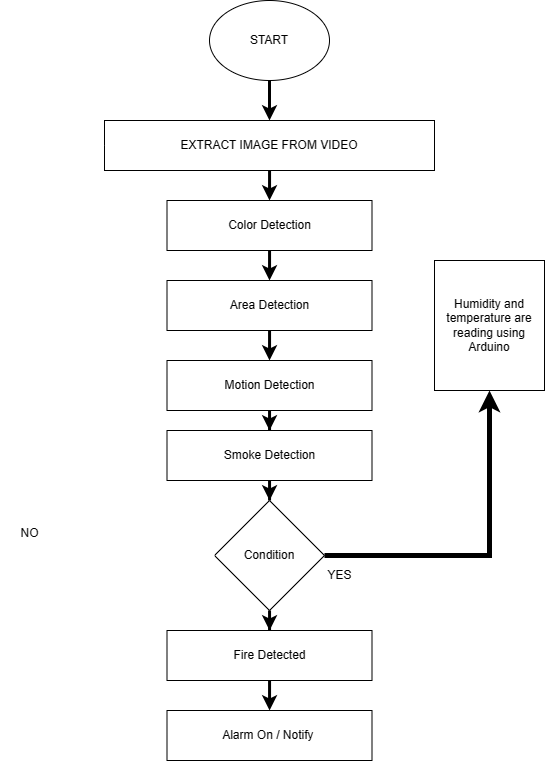
This is Flowchart/fire-detect-flow.drawio.png from NZodasic/Flow_chart_learning, a draw.io export, as it was before one commit. Source tidied: cells renumbered, new cells last; positions are measured from the earlier drawing's top-left corner, leaving out a move shared by most shapes.
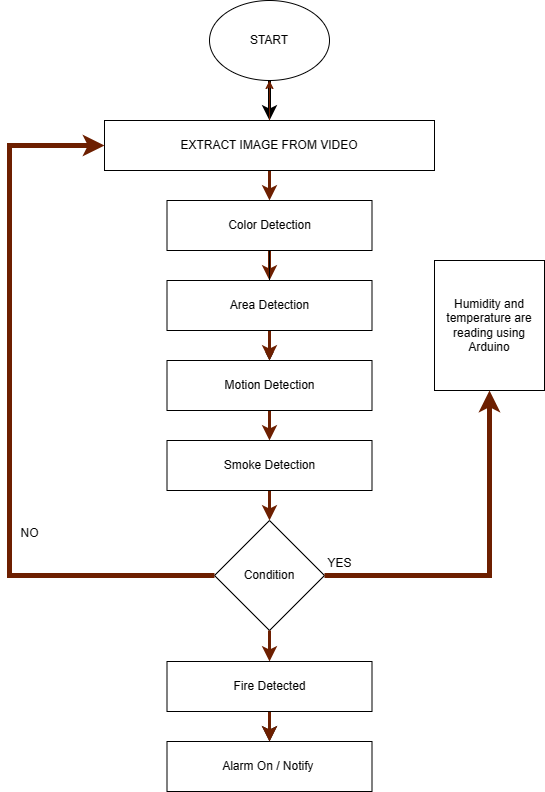
After the change.

What changed in the source:
```diff
@@ -8,67 +8,76 @@
     <mxCell id="3" value="START" style="ellipse;whiteSpace=wrap;html=1;" parent="1" vertex="1">
       <mxGeometry x="200" width="120" height="80" as="geometry" />
     </mxCell>
-    <mxCell id="4" style="edgeStyle=orthogonalEdgeStyle;rounded=0;jettySize=auto;html=1;entryX=0.5;entryY=0;entryDx=0;entryDy=0;strokeWidth=3;" parent="1" edge="1" source="5" target="7">
+    <mxCell id="4" style="edgeStyle=orthogonalEdgeStyle;rounded=0;jettySize=auto;html=1;entryX=0.5;entryY=0;entryDx=0;entryDy=0;strokeWidth=3;fillColor=#a0522d;strokeColor=#6D1F00;" parent="1" edge="1" source="5" target="7">
       <mxGeometry relative="1" as="geometry" />
     </mxCell>
+    <mxCell id="24" style="edgeStyle=orthogonalEdgeStyle;rounded=0;jettySize=auto;html=1;fillColor=#a0522d;strokeColor=#6D1F00;" parent="1" edge="1" source="5" target="3">
+      <mxGeometry relative="1" as="geometry" />
+    </mxCell>
     <mxCell id="5" value="EXTRACT IMAGE FROM VIDEO" style="rounded=0;whiteSpace=wrap;html=1;" parent="1" vertex="1">
       <mxGeometry x="95" y="120" width="330" height="50" as="geometry" />
     </mxCell>
-    <mxCell id="6" style="edgeStyle=orthogonalEdgeStyle;rounded=0;jettySize=auto;html=1;entryX=0.5;entryY=0;entryDx=0;entryDy=0;strokeWidth=3;" parent="1" edge="1" source="7" target="9">
+    <mxCell id="6" style="edgeStyle=orthogonalEdgeStyle;rounded=0;jettySize=auto;html=1;entryX=0.5;entryY=0;entryDx=0;entryDy=0;strokeWidth=3;fillColor=#a0522d;strokeColor=#6D1F00;" parent="1" edge="1" source="7" target="9">
       <mxGeometry relative="1" as="geometry" />
     </mxCell>
+    <mxCell id="25" style="edgeStyle=orthogonalEdgeStyle;rounded=0;jettySize=auto;html=1;" parent="1" edge="1" source="7" target="11">
+      <mxGeometry relative="1" as="geometry" />
+    </mxCell>
     <mxCell id="7" value="Color Detection" style="rounded=0;whiteSpace=wrap;html=1;" parent="1" vertex="1">
       <mxGeometry x="157.5" y="200" width="205" height="50" as="geometry" />
     </mxCell>
-    <mxCell id="8" style="edgeStyle=orthogonalEdgeStyle;rounded=0;jettySize=auto;html=1;entryX=0.5;entryY=0;entryDx=0;entryDy=0;strokeWidth=3;" parent="1" edge="1" source="9" target="11">
+    <mxCell id="8" style="edgeStyle=orthogonalEdgeStyle;rounded=0;jettySize=auto;html=1;entryX=0.5;entryY=0;entryDx=0;entryDy=0;strokeWidth=3;fillColor=#a0522d;strokeColor=#6D1F00;" parent="1" edge="1" source="9" target="11">
       <mxGeometry relative="1" as="geometry" />
     </mxCell>
     <mxCell id="9" value="Area Detection" style="rounded=0;whiteSpace=wrap;html=1;" parent="1" vertex="1">
       <mxGeometry x="157.5" y="280" width="205" height="50" as="geometry" />
     </mxCell>
-    <mxCell id="10" style="edgeStyle=orthogonalEdgeStyle;rounded=0;jettySize=auto;html=1;entryX=0.5;entryY=0;entryDx=0;entryDy=0;strokeWidth=3;" parent="1" edge="1" source="11" target="13">
+    <mxCell id="10" style="edgeStyle=orthogonalEdgeStyle;rounded=0;jettySize=auto;html=1;entryX=0.5;entryY=0;entryDx=0;entryDy=0;strokeWidth=3;fillColor=#a0522d;strokeColor=#6D1F00;" parent="1" edge="1" source="11" target="13">
       <mxGeometry relative="1" as="geometry" />
     </mxCell>
     <mxCell id="11" value="Motion Detection" style="rounded=0;whiteSpace=wrap;html=1;" parent="1" vertex="1">
       <mxGeometry x="157.5" y="360" width="205" height="50" as="geometry" />
     </mxCell>
-    <mxCell id="12" style="edgeStyle=orthogonalEdgeStyle;rounded=0;jettySize=auto;html=1;strokeWidth=3;" parent="1" edge="1" source="13" target="15">
+    <mxCell id="12" style="edgeStyle=orthogonalEdgeStyle;rounded=0;jettySize=auto;html=1;entryX=0.5;entryY=0;entryDx=0;entryDy=0;strokeWidth=3;fillColor=#a0522d;strokeColor=#6D1F00;" parent="1" edge="1" source="13" target="15">
       <mxGeometry relative="1" as="geometry" />
     </mxCell>
     <mxCell id="13" value="Smoke Detection" style="rounded=0;whiteSpace=wrap;html=1;" parent="1" vertex="1">
-      <mxGeometry x="157.5" y="430" width="205" height="50" as="geometry" />
+      <mxGeometry x="157.5" y="440" width="205" height="50" as="geometry" />
     </mxCell>
     <mxCell id="14" style="edgeStyle=orthogonalEdgeStyle;rounded=0;jettySize=auto;html=1;strokeWidth=3;" parent="1" edge="1" source="19" target="16">
       <mxGeometry relative="1" as="geometry" />
     </mxCell>
     <mxCell id="15" value="Condition" style="rhombus;whiteSpace=wrap;html=1;" parent="1" vertex="1">
-      <mxGeometry x="205" y="500" width="110" height="110" as="geometry" />
+      <mxGeometry x="205" y="520" width="110" height="110" as="geometry" />
     </mxCell>
     <mxCell id="16" value="Alarm On / Notify&amp;nbsp;" style="rounded=0;whiteSpace=wrap;html=1;" parent="1" vertex="1">
-      <mxGeometry x="157.5" y="710" width="205" height="50" as="geometry" />
+      <mxGeometry x="157.5" y="741" width="205" height="50" as="geometry" />
     </mxCell>
     <mxCell id="17" value="Humidity and temperature are reading using Arduino" style="rounded=0;whiteSpace=wrap;html=1;" parent="1" vertex="1">
       <mxGeometry x="425" y="260" width="110" height="130" as="geometry" />
     </mxCell>
-    <mxCell id="18" style="edgeStyle=orthogonalEdgeStyle;rounded=0;jettySize=auto;html=1;strokeWidth=3;" parent="1" edge="1" source="15" target="19">
+    <mxCell id="18" style="edgeStyle=orthogonalEdgeStyle;rounded=0;jettySize=auto;html=1;strokeWidth=3;fillColor=#a0522d;strokeColor=#6D1F00;" parent="1" edge="1" source="15" target="19">
       <mxGeometry relative="1" as="geometry" />
     </mxCell>
+    <mxCell id="26" style="edgeStyle=orthogonalEdgeStyle;rounded=0;jettySize=auto;html=1;fillColor=#a0522d;strokeColor=#6D1F00;strokeWidth=3;" parent="1" edge="1" source="19" target="16">
+      <mxGeometry relative="1" as="geometry" />
+    </mxCell>
     <mxCell id="19" value="Fire Detected" style="rounded=0;whiteSpace=wrap;html=1;" parent="1" vertex="1">
-      <mxGeometry x="157.5" y="630" width="205" height="50" as="geometry" />
+      <mxGeometry x="157.5" y="661" width="205" height="50" as="geometry" />
     </mxCell>
-    <mxCell id="20" style="endArrow=classic;html=1;rounded=0;exitX=0;exitY=0.5;exitDx=0;exitDy=0;entryX=0;entryY=0.5;entryDx=0;entryDy=0;fillColor=#fff2cc;strokeColor=#FFFFFF;strokeWidth=5;" parent="1" edge="1" source="15" target="5">
+    <mxCell id="20" style="endArrow=classic;html=1;rounded=0;exitX=0;exitY=0.5;exitDx=0;exitDy=0;entryX=0;entryY=0.5;entryDx=0;entryDy=0;fillColor=#a0522d;strokeColor=#6D1F00;strokeWidth=5;" parent="1" edge="1" source="15" target="5">
       <mxGeometry relative="1" as="geometry">
         <Array as="points">
-          <mxPoint y="555" />
+          <mxPoint y="575" />
           <mxPoint y="310" />
           <mxPoint y="145" />
         </Array>
       </mxGeometry>
     </mxCell>
-    <mxCell id="21" style="endArrow=classic;html=1;rounded=0;exitX=1;exitY=0.5;exitDx=0;exitDy=0;entryX=0.5;entryY=1;entryDx=0;entryDy=0;strokeWidth=5;" parent="1" edge="1" source="15" target="17">
+    <mxCell id="21" style="endArrow=classic;html=1;rounded=0;exitX=1;exitY=0.5;exitDx=0;exitDy=0;entryX=0.5;entryY=1;entryDx=0;entryDy=0;strokeWidth=5;fillColor=#a0522d;strokeColor=#6D1F00;" parent="1" edge="1" source="15" target="17">
       <mxGeometry relative="1" as="geometry">
         <Array as="points">
-          <mxPoint x="480" y="555" />
+          <mxPoint x="480" y="575" />
           <mxPoint x="480" y="470" />
         </Array>
       </mxGeometry>
@@ -77,7 +86,7 @@
       <mxGeometry y="518" width="40" height="30" as="geometry" />
     </mxCell>
     <mxCell id="23" value="YES" style="text;html=1;align=center;verticalAlign=middle;strokeColor=none;fillColor=none;" parent="1" vertex="1">
-      <mxGeometry x="305" y="560" width="50" height="30" as="geometry" />
+      <mxGeometry x="305" y="548" width="50" height="30" as="geometry" />
     </mxCell>
   </root>
 </mxGraphModel>
```
